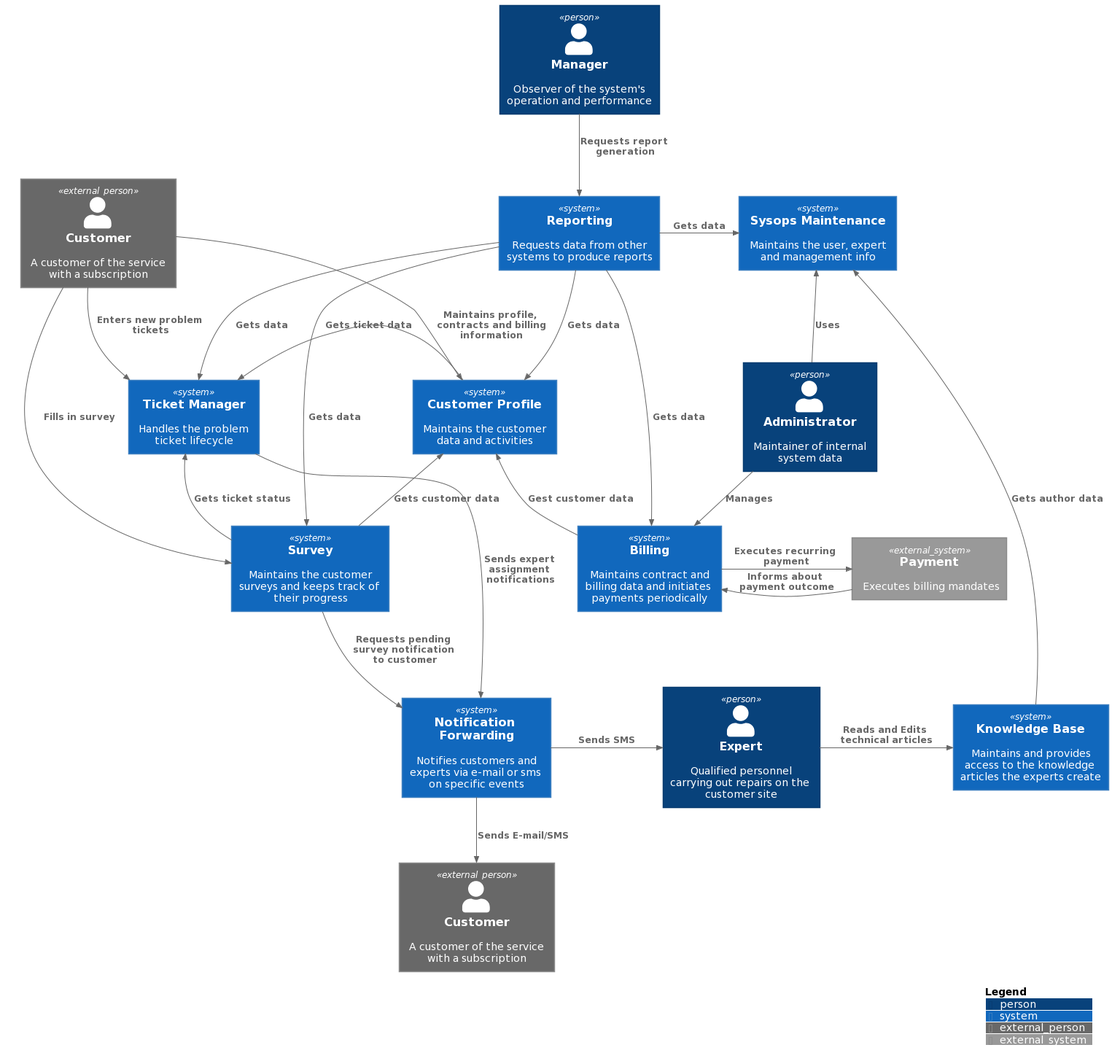
Earlier version of the PlantUML export Doc/Diagrams/1. Context/Context.png (gantonopoulos/ganymed).
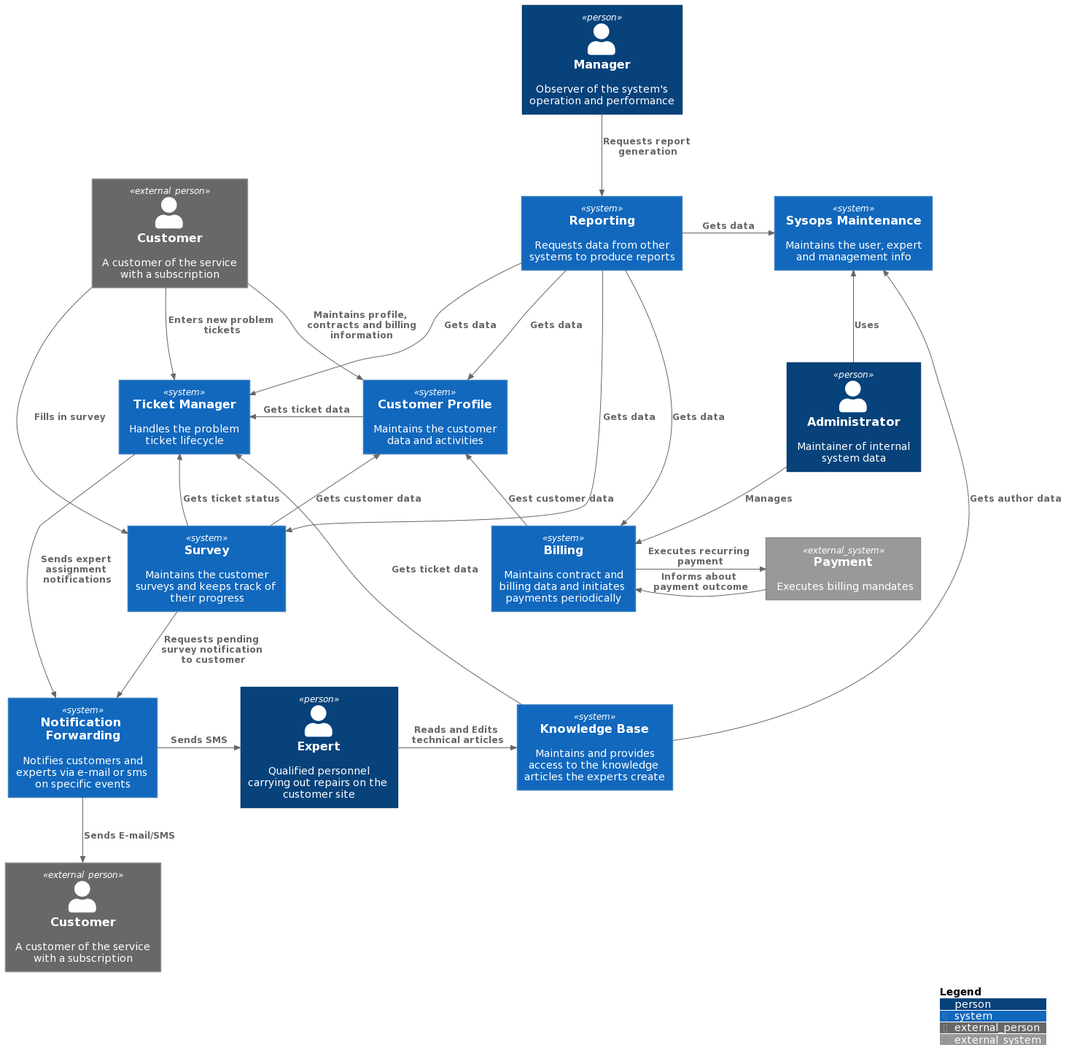
Later version of the same file.

Commit message:
Adds the Knowledge base diagram

The edit, as a diff of the source:
```diff
@@ -39,7 +39,7 @@
 
 Rel_R(sysopsExpert, knowledgeBase, "Reads and Edits technical articles")
 Rel_U(knowledgeBase, sysopsManager, "Gets author data")
-
+Rel_U(knowledgeBase, ticketManagement, "Gets ticket data")
 
 Rel_D(customer, ticketManagement, "Enters new problem tickets")
 Rel_D(customer, customerProfile, "Maintains profile, contracts and billing information")
@@ -52,9 +52,5 @@
 Rel_D(sysopsAdmin, billing, "Manages")
 
 
-
-
-
-
 SHOW_LEGEND(false)
 @enduml
```
